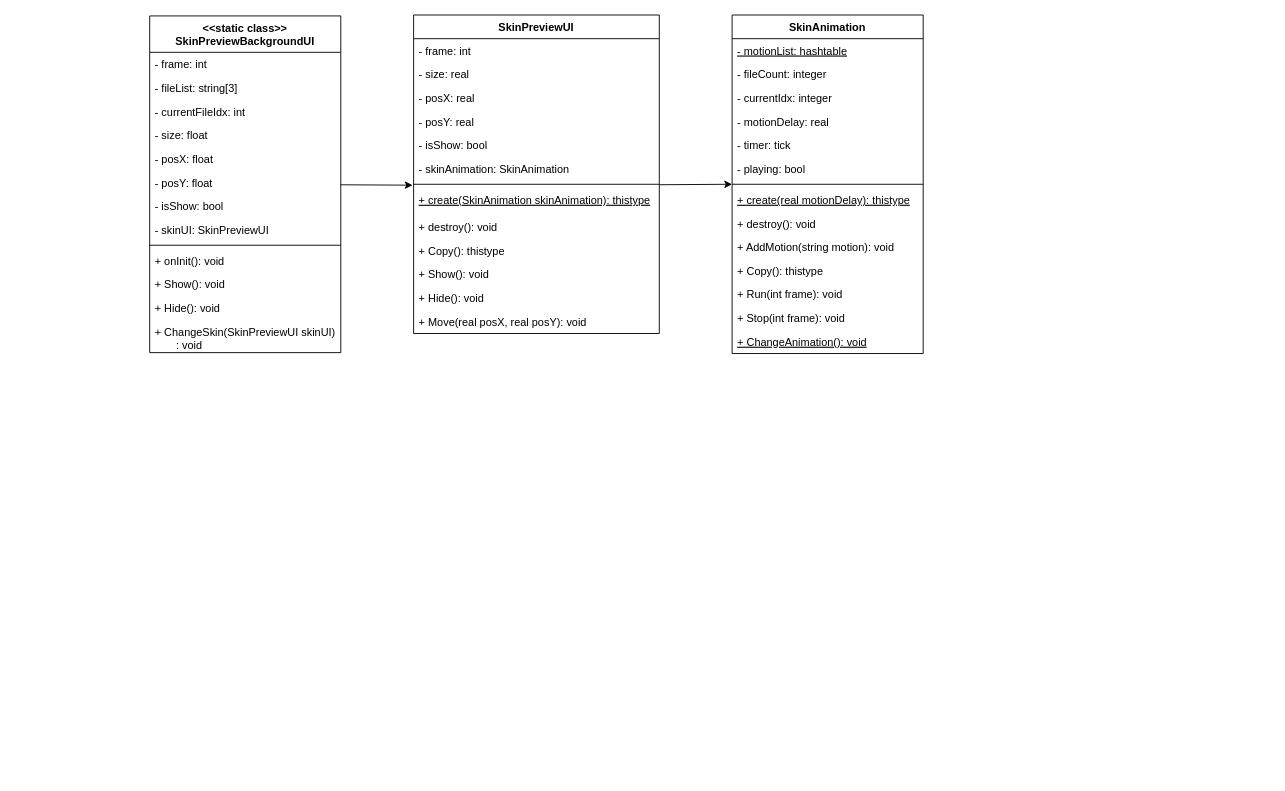
This is Diagram/SkinFrame.drawio from jsm150/OrangeMushroomStory, a draw.io file, before an edit. Source tidied: cells renumbered, new cells numbered last; positions are measured from the earlier drawing's top-left corner, leaving out a move shared by most shapes. Both pictures are drawn from the tidied source at 91%, with x=0, y=0 at pixel (149, 15).
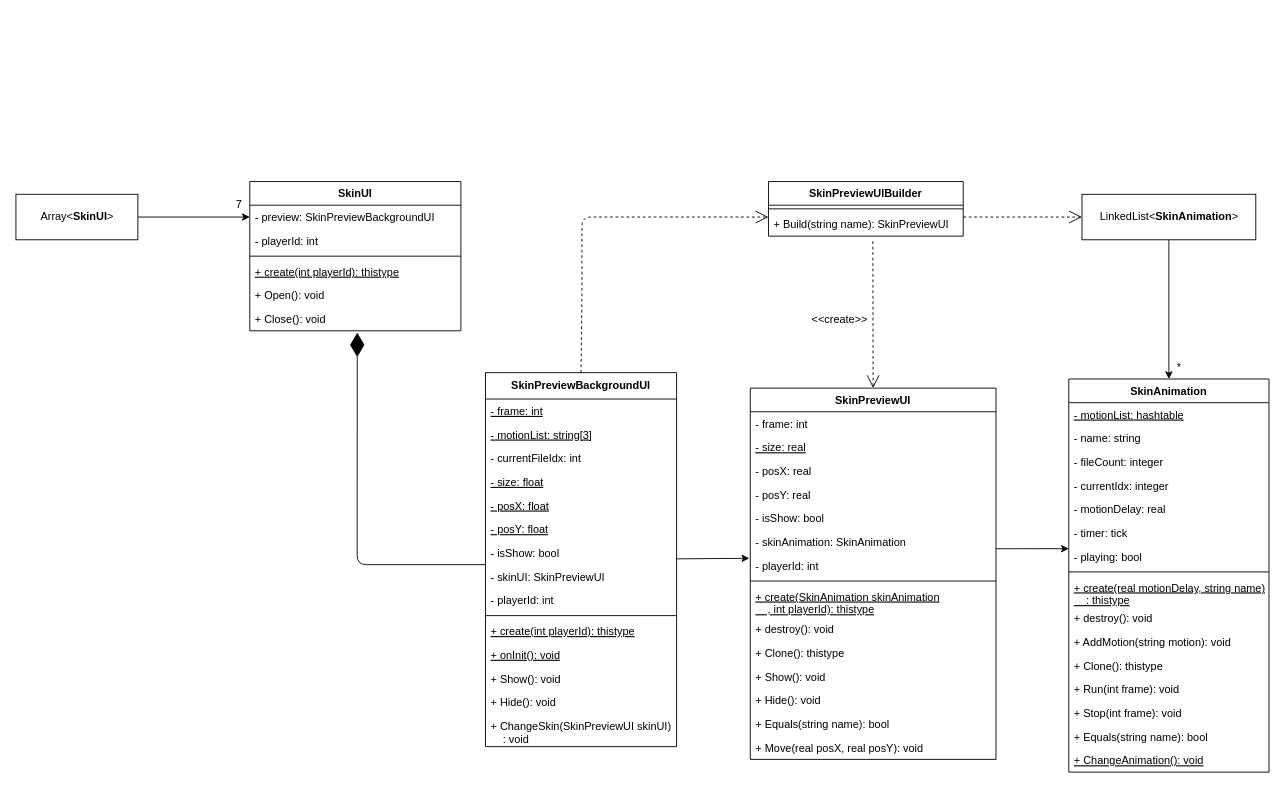
After the change.

Diff of the diagram source:
```diff
@@
-    <mxCell id="3" value="&lt;&lt;static class&gt;&gt;&#10;SkinPreviewBackgroundUI" style="swimlane;fontStyle=1;align=center;verticalAlign=top;horizontal=1;startSize=40;" parent="1" vertex="1">
-      <mxGeometry y="1" width="210" height="370" as="geometry" />
+    <mxCell id="3" value="SkinPreviewBackgroundUI" style="swimlane;fontStyle=1;align=center;verticalAlign=top;horizontal=1;startSize=29;" parent="1" vertex="1">
+      <mxGeometry x="369" y="393" width="210" height="411" as="geometry" />
     </mxCell>
-    <mxCell id="4" value="- frame: int" style="text;strokeColor=none;fillColor=none;align=left;verticalAlign=top;spacingLeft=4;spacingRight=4;overflow=hidden;" parent="3" vertex="1">
-      <mxGeometry y="40" width="210" height="26" as="geometry" />
+    <mxCell id="4" value="- frame: int" style="text;strokeColor=none;fillColor=none;align=left;verticalAlign=top;spacingLeft=4;spacingRight=4;overflow=hidden;fontStyle=4;" parent="3" vertex="1">
+      <mxGeometry y="29" width="210" height="26" as="geometry" />
     </mxCell>
-    <mxCell id="5" value="- fileList: string[3]" style="text;strokeColor=none;fillColor=none;align=left;verticalAlign=top;spacingLeft=4;spacingRight=4;overflow=hidden;fontStyle=0;" parent="3" vertex="1">
-      <mxGeometry y="66" width="210" height="26" as="geometry" />
+    <mxCell id="5" value="- motionList: string[3]" style="text;strokeColor=none;fillColor=none;align=left;verticalAlign=top;spacingLeft=4;spacingRight=4;overflow=hidden;fontStyle=4;" parent="3" vertex="1">
+      <mxGeometry y="55" width="210" height="26" as="geometry" />
     </mxCell>
     <mxCell id="6" value="- currentFileIdx: int" style="text;strokeColor=none;fillColor=none;align=left;verticalAlign=top;spacingLeft=4;spacingRight=4;overflow=hidden;fontStyle=0;" parent="3" vertex="1">
-      <mxGeometry y="92" width="210" height="26" as="geometry" />
+      <mxGeometry y="81" width="210" height="26" as="geometry" />
     </mxCell>
-    <mxCell id="7" value="- size: float" style="text;strokeColor=none;fillColor=none;align=left;verticalAlign=top;spacingLeft=4;spacingRight=4;overflow=hidden;fontStyle=0;" parent="3" vertex="1">
-      <mxGeometry y="118" width="210" height="26" as="geometry" />
+    <mxCell id="7" value="- size: float" style="text;strokeColor=none;fillColor=none;align=left;verticalAlign=top;spacingLeft=4;spacingRight=4;overflow=hidden;fontStyle=4;" parent="3" vertex="1">
+      <mxGeometry y="107" width="210" height="26" as="geometry" />
     </mxCell>
-    <mxCell id="8" value="- posX: float" style="text;strokeColor=none;fillColor=none;align=left;verticalAlign=top;spacingLeft=4;spacingRight=4;overflow=hidden;fontStyle=0;" parent="3" vertex="1">
-      <mxGeometry y="144" width="210" height="26" as="geometry" />
+    <mxCell id="8" value="- posX: float" style="text;strokeColor=none;fillColor=none;align=left;verticalAlign=top;spacingLeft=4;spacingRight=4;overflow=hidden;fontStyle=4;" parent="3" vertex="1">
+      <mxGeometry y="133" width="210" height="26" as="geometry" />
     </mxCell>
-    <mxCell id="9" value="- posY: float" style="text;strokeColor=none;fillColor=none;align=left;verticalAlign=top;spacingLeft=4;spacingRight=4;overflow=hidden;fontStyle=0;" parent="3" vertex="1">
-      <mxGeometry y="170" width="210" height="26" as="geometry" />
+    <mxCell id="9" value="- posY: float" style="text;strokeColor=none;fillColor=none;align=left;verticalAlign=top;spacingLeft=4;spacingRight=4;overflow=hidden;fontStyle=4;" parent="3" vertex="1">
+      <mxGeometry y="159" width="210" height="26" as="geometry" />
     </mxCell>
     <mxCell id="10" value="- isShow: bool" style="text;strokeColor=none;fillColor=none;align=left;verticalAlign=top;spacingLeft=4;spacingRight=4;overflow=hidden;fontStyle=0;" parent="3" vertex="1">
-      <mxGeometry y="196" width="210" height="26" as="geometry" />
+      <mxGeometry y="185" width="210" height="26" as="geometry" />
     </mxCell>
     <mxCell id="11" value="- skinUI: SkinPreviewUI" style="text;strokeColor=none;fillColor=none;align=left;verticalAlign=top;spacingLeft=4;spacingRight=4;overflow=hidden;points=[[0,0.5],[1,0.5]];portConstraint=eastwest;fontStyle=0;" parent="3" vertex="1">
-      <mxGeometry y="222" width="210" height="26" as="geometry" />
+      <mxGeometry y="211" width="210" height="26" as="geometry" />
     </mxCell>
+    <mxCell id="47" value="- playerId: int" style="text;strokeColor=none;fillColor=none;align=left;verticalAlign=top;spacingLeft=4;spacingRight=4;overflow=hidden;" parent="3" vertex="1">
+      <mxGeometry y="237" width="210" height="26" as="geometry" />
+    </mxCell>
     <mxCell id="12" style="line;strokeWidth=1;fillColor=none;align=left;verticalAlign=middle;spacingTop=-1;spacingLeft=3;spacingRight=3;labelPosition=right;" parent="3" vertex="1">
-      <mxGeometry y="248" width="210" height="8" as="geometry" />
+      <mxGeometry y="263" width="210" height="8" as="geometry" />
     </mxCell>
+    <mxCell id="48" value="+ create(int playerId): thistype" style="text;strokeColor=none;fillColor=none;align=left;verticalAlign=top;spacingLeft=4;spacingRight=4;overflow=hidden;fontStyle=4;" parent="3" vertex="1">
+      <mxGeometry y="271" width="210" height="26" as="geometry" />
+    </mxCell>
-    <mxCell id="13" value="+ onInit(): void" style="text;strokeColor=none;fillColor=none;align=left;verticalAlign=top;spacingLeft=4;spacingRight=4;overflow=hidden;fontStyle=0;" parent="3" vertex="1">
-      <mxGeometry y="256" width="210" height="26" as="geometry" />
+    <mxCell id="13" value="+ onInit(): void" style="text;strokeColor=none;fillColor=none;align=left;verticalAlign=top;spacingLeft=4;spacingRight=4;overflow=hidden;fontStyle=4;" parent="3" vertex="1">
+      <mxGeometry y="297" width="210" height="26" as="geometry" />
     </mxCell>
     <mxCell id="14" value="+ Show(): void" style="text;strokeColor=none;fillColor=none;align=left;verticalAlign=top;spacingLeft=4;spacingRight=4;overflow=hidden;" parent="3" vertex="1">
-      <mxGeometry y="282" width="210" height="26" as="geometry" />
+      <mxGeometry y="323" width="210" height="26" as="geometry" />
     </mxCell>
     <mxCell id="15" value="+ Hide(): void" style="text;strokeColor=none;fillColor=none;align=left;verticalAlign=top;spacingLeft=4;spacingRight=4;overflow=hidden;" parent="3" vertex="1">
-      <mxGeometry y="308" width="210" height="26" as="geometry" />
+      <mxGeometry y="349" width="210" height="26" as="geometry" />
     </mxCell>
-    <mxCell id="16" value="+ ChangeSkin(SkinPreviewUI skinUI)&#10;       : void" style="text;strokeColor=none;fillColor=none;align=left;verticalAlign=top;spacingLeft=4;spacingRight=4;overflow=hidden;" parent="3" vertex="1">
-      <mxGeometry y="334" width="210" height="36" as="geometry" />
+    <mxCell id="16" value="+ ChangeSkin(SkinPreviewUI skinUI)&#10;    : void" style="text;strokeColor=none;fillColor=none;align=left;verticalAlign=top;spacingLeft=4;spacingRight=4;overflow=hidden;" parent="3" vertex="1">
+      <mxGeometry y="375" width="210" height="36" as="geometry" />
     </mxCell>
-    <mxCell id="17" style="edgeStyle=none;html=1;entryX=0;entryY=0.5;entryDx=0;entryDy=0;" parent="1" edge="1" target="32">
+    <mxCell id="17" style="edgeStyle=none;html=1;entryX=0;entryY=0.172;entryDx=0;entryDy=0;entryPerimeter=0;" parent="1" edge="1" target="38">
       <mxGeometry relative="1" as="geometry">
-        <mxPoint x="560" y="186.5" as="sourcePoint" />
+        <mxPoint x="930" y="586.5" as="sourcePoint" />
       </mxGeometry>
     </mxCell>
     <mxCell id="18" value="SkinPreviewUI" style="swimlane;fontStyle=1;align=center;verticalAlign=top;horizontal=1;startSize=26;" parent="1" vertex="1">
-      <mxGeometry x="290" width="270" height="350" as="geometry" />
+      <mxGeometry x="660" y="410" width="270" height="408" as="geometry" />
     </mxCell>
@@
-    <mxCell id="20" value="- size: real" style="text;strokeColor=none;fillColor=none;align=left;verticalAlign=top;spacingLeft=4;spacingRight=4;overflow=hidden;" parent="18" vertex="1">
+    <mxCell id="20" value="- size: real" style="text;strokeColor=none;fillColor=none;align=left;verticalAlign=top;spacingLeft=4;spacingRight=4;overflow=hidden;fontStyle=4;" parent="18" vertex="1">
       <mxGeometry y="52" width="270" height="26" as="geometry" />
     </mxCell>
@@
+    <mxCell id="49" value="- playerId: int" style="text;strokeColor=none;fillColor=none;align=left;verticalAlign=top;spacingLeft=4;spacingRight=4;overflow=hidden;" parent="18" vertex="1">
+      <mxGeometry y="182" width="270" height="26" as="geometry" />
+    </mxCell>
     <mxCell id="25" style="line;strokeWidth=1;fillColor=none;align=left;verticalAlign=middle;spacingTop=-1;spacingLeft=3;spacingRight=3;labelPosition=right;" parent="18" vertex="1">
-      <mxGeometry y="182" width="270" height="8" as="geometry" />
+      <mxGeometry y="208" width="270" height="8" as="geometry" />
     </mxCell>
-    <mxCell id="26" value="+ create(SkinAnimation skinAnimation): thistype" style="text;strokeColor=none;fillColor=none;align=left;verticalAlign=top;spacingLeft=4;spacingRight=4;overflow=hidden;fontStyle=4;" parent="18" vertex="1">
-      <mxGeometry y="190" width="270" height="30" as="geometry" />
+    <mxCell id="26" value="+ create(SkinAnimation skinAnimation&#10;    , int playerId): thistype" style="text;strokeColor=none;fillColor=none;align=left;verticalAlign=top;spacingLeft=4;spacingRight=4;overflow=hidden;fontStyle=4;" parent="18" vertex="1">
+      <mxGeometry y="216" width="270" height="36" as="geometry" />
     </mxCell>
     <mxCell id="27" value="+ destroy(): void" style="text;strokeColor=none;fillColor=none;align=left;verticalAlign=top;spacingLeft=4;spacingRight=4;overflow=hidden;" parent="18" vertex="1">
-      <mxGeometry y="220" width="270" height="26" as="geometry" />
+      <mxGeometry y="252" width="270" height="26" as="geometry" />
     </mxCell>
-    <mxCell id="28" value="+ Copy(): thistype" style="text;strokeColor=none;fillColor=none;align=left;verticalAlign=top;spacingLeft=4;spacingRight=4;overflow=hidden;" parent="18" vertex="1">
-      <mxGeometry y="246" width="270" height="26" as="geometry" />
+    <mxCell id="28" value="+ Clone(): thistype" style="text;strokeColor=none;fillColor=none;align=left;verticalAlign=top;spacingLeft=4;spacingRight=4;overflow=hidden;" parent="18" vertex="1">
+      <mxGeometry y="278" width="270" height="26" as="geometry" />
     </mxCell>
     <mxCell id="29" value="+ Show(): void" style="text;strokeColor=none;fillColor=none;align=left;verticalAlign=top;spacingLeft=4;spacingRight=4;overflow=hidden;" parent="18" vertex="1">
-      <mxGeometry y="272" width="270" height="26" as="geometry" />
+      <mxGeometry y="304" width="270" height="26" as="geometry" />
     </mxCell>
     <mxCell id="30" value="+ Hide(): void" style="text;strokeColor=none;fillColor=none;align=left;verticalAlign=top;spacingLeft=4;spacingRight=4;overflow=hidden;" parent="18" vertex="1">
-      <mxGeometry y="298" width="270" height="26" as="geometry" />
+      <mxGeometry y="330" width="270" height="26" as="geometry" />
     </mxCell>
+    <mxCell id="50" value="+ Equals(string name): bool" style="text;strokeColor=none;fillColor=none;align=left;verticalAlign=top;spacingLeft=4;spacingRight=4;overflow=hidden;" parent="18" vertex="1">
+      <mxGeometry y="356" width="270" height="26" as="geometry" />
+    </mxCell>
     <mxCell id="31" value="+ Move(real posX, real posY): void" style="text;strokeColor=none;fillColor=none;align=left;verticalAlign=top;spacingLeft=4;spacingRight=4;overflow=hidden;" parent="18" vertex="1">
-      <mxGeometry y="324" width="270" height="26" as="geometry" />
+      <mxGeometry y="382" width="270" height="26" as="geometry" />
     </mxCell>
     <mxCell id="32" value="SkinAnimation" style="swimlane;fontStyle=1;align=center;verticalAlign=top;horizontal=1;startSize=26;" parent="1" vertex="1">
-      <mxGeometry x="640" width="210" height="372" as="geometry" />
+      <mxGeometry x="1010" y="400" width="220" height="432" as="geometry" />
     </mxCell>
     <mxCell id="33" value="- motionList: hashtable" style="text;strokeColor=none;fillColor=none;align=left;verticalAlign=top;spacingLeft=4;spacingRight=4;overflow=hidden;fontStyle=4;" parent="32" vertex="1">
-      <mxGeometry y="26" width="210" height="26" as="geometry" />
+      <mxGeometry y="26" width="220" height="26" as="geometry" />
     </mxCell>
-    <mxCell id="34" value="- fileCount: integer" style="text;strokeColor=none;fillColor=none;align=left;verticalAlign=top;spacingLeft=4;spacingRight=4;overflow=hidden;fontStyle=0;" parent="32" vertex="1">
-      <mxGeometry y="52" width="210" height="26" as="geometry" />
+    <mxCell id="34" value="- name: string" style="text;strokeColor=none;fillColor=none;align=left;verticalAlign=top;spacingLeft=4;spacingRight=4;overflow=hidden;fontStyle=0;" parent="32" vertex="1">
+      <mxGeometry y="52" width="220" height="26" as="geometry" />
     </mxCell>
+    <mxCell id="51" value="- fileCount: integer" style="text;strokeColor=none;fillColor=none;align=left;verticalAlign=top;spacingLeft=4;spacingRight=4;overflow=hidden;fontStyle=0;" parent="32" vertex="1">
+      <mxGeometry y="78" width="220" height="26" as="geometry" />
+    </mxCell>
     <mxCell id="35" value="- currentIdx: integer" style="text;strokeColor=none;fillColor=none;align=left;verticalAlign=top;spacingLeft=4;spacingRight=4;overflow=hidden;fontStyle=0;" parent="32" vertex="1">
-      <mxGeometry y="78" width="210" height="26" as="geometry" />
+      <mxGeometry y="104" width="220" height="26" as="geometry" />
     </mxCell>
     <mxCell id="36" value="- motionDelay: real" style="text;strokeColor=none;fillColor=none;align=left;verticalAlign=top;spacingLeft=4;spacingRight=4;overflow=hidden;fontStyle=0;" parent="32" vertex="1">
-      <mxGeometry y="104" width="210" height="26" as="geometry" />
+      <mxGeometry y="130" width="220" height="26" as="geometry" />
     </mxCell>
     <mxCell id="37" value="- timer: tick" style="text;strokeColor=none;fillColor=none;align=left;verticalAlign=top;spacingLeft=4;spacingRight=4;overflow=hidden;fontStyle=0;" parent="32" vertex="1">
-      <mxGeometry y="130" width="210" height="26" as="geometry" />
+      <mxGeometry y="156" width="220" height="26" as="geometry" />
     </mxCell>
     <mxCell id="38" value="- playing: bool" style="text;strokeColor=none;fillColor=none;align=left;verticalAlign=top;spacingLeft=4;spacingRight=4;overflow=hidden;points=[[0,0.5],[1,0.5]];portConstraint=eastwest;fontStyle=0;" parent="32" vertex="1">
-      <mxGeometry y="156" width="210" height="26" as="geometry" />
+      <mxGeometry y="182" width="220" height="26" as="geometry" />
     </mxCell>
     <mxCell id="39" style="line;strokeWidth=1;fillColor=none;align=left;verticalAlign=middle;spacingTop=-1;spacingLeft=3;spacingRight=3;labelPosition=right;" parent="32" vertex="1">
-      <mxGeometry y="182" width="210" height="8" as="geometry" />
+      <mxGeometry y="208" width="220" height="8" as="geometry" />
     </mxCell>
-    <mxCell id="40" value="+ create(real motionDelay): thistype" style="text;strokeColor=none;fillColor=none;align=left;verticalAlign=top;spacingLeft=4;spacingRight=4;overflow=hidden;fontStyle=4;" parent="32" vertex="1">
-      <mxGeometry y="190" width="210" height="26" as="geometry" />
+    <mxCell id="40" value="+ create(real motionDelay, string name)&#10;    : thistype" style="text;strokeColor=none;fillColor=none;align=left;verticalAlign=top;spacingLeft=4;spacingRight=4;overflow=hidden;fontStyle=4;" parent="32" vertex="1">
+      <mxGeometry y="216" width="220" height="34" as="geometry" />
     </mxCell>
     <mxCell id="41" value="+ destroy(): void" style="text;strokeColor=none;fillColor=none;align=left;verticalAlign=top;spacingLeft=4;spacingRight=4;overflow=hidden;fontStyle=0;" parent="32" vertex="1">
-      <mxGeometry y="216" width="210" height="26" as="geometry" />
+      <mxGeometry y="250" width="220" height="26" as="geometry" />
     </mxCell>
     <mxCell id="42" value="+ AddMotion(string motion): void" style="text;strokeColor=none;fillColor=none;align=left;verticalAlign=top;spacingLeft=4;spacingRight=4;overflow=hidden;fontStyle=0;" parent="32" vertex="1">
-      <mxGeometry y="242" width="210" height="26" as="geometry" />
+      <mxGeometry y="276" width="220" height="26" as="geometry" />
     </mxCell>
-    <mxCell id="43" value="+ Copy(): thistype" style="text;strokeColor=none;fillColor=none;align=left;verticalAlign=top;spacingLeft=4;spacingRight=4;overflow=hidden;" parent="32" vertex="1">
-      <mxGeometry y="268" width="210" height="26" as="geometry" />
+    <mxCell id="43" value="+ Clone(): thistype" style="text;strokeColor=none;fillColor=none;align=left;verticalAlign=top;spacingLeft=4;spacingRight=4;overflow=hidden;" parent="32" vertex="1">
+      <mxGeometry y="302" width="220" height="26" as="geometry" />
     </mxCell>
     <mxCell id="44" value="+ Run(int frame): void" style="text;strokeColor=none;fillColor=none;align=left;verticalAlign=top;spacingLeft=4;spacingRight=4;overflow=hidden;" parent="32" vertex="1">
-      <mxGeometry y="294" width="210" height="26" as="geometry" />
+      <mxGeometry y="328" width="220" height="26" as="geometry" />
     </mxCell>
     <mxCell id="45" value="+ Stop(int frame): void" style="text;strokeColor=none;fillColor=none;align=left;verticalAlign=top;spacingLeft=4;spacingRight=4;overflow=hidden;" parent="32" vertex="1">
-      <mxGeometry y="320" width="210" height="26" as="geometry" />
+      <mxGeometry y="354" width="220" height="26" as="geometry" />
     </mxCell>
+    <mxCell id="52" value="+ Equals(string name): bool" style="text;strokeColor=none;fillColor=none;align=left;verticalAlign=top;spacingLeft=4;spacingRight=4;overflow=hidden;" parent="32" vertex="1">
+      <mxGeometry y="380" width="220" height="26" as="geometry" />
+    </mxCell>
     <mxCell id="46" value="+ ChangeAnimation(): void" style="text;strokeColor=none;fillColor=none;align=left;verticalAlign=top;spacingLeft=4;spacingRight=4;overflow=hidden;fontStyle=4;" parent="32" vertex="1">
-      <mxGeometry y="346" width="210" height="26" as="geometry" />
+      <mxGeometry y="406" width="220" height="26" as="geometry" />
     </mxCell>
+    <mxCell id="53" value="SkinUI" style="swimlane;fontStyle=1;align=center;verticalAlign=top;horizontal=1;startSize=26;" parent="1" vertex="1">
+      <mxGeometry x="110" y="183" width="232" height="164" as="geometry" />
+    </mxCell>
+    <mxCell id="54" value="- preview: SkinPreviewBackgroundUI" style="text;strokeColor=none;fillColor=none;align=left;verticalAlign=top;spacingLeft=4;spacingRight=4;overflow=hidden;points=[[0,0.5],[1,0.5]];portConstraint=eastwest;" parent="53" vertex="1">
+      <mxGeometry y="26" width="232" height="26" as="geometry" />
+    </mxCell>
+    <mxCell id="55" value="- playerId: int" style="text;strokeColor=none;fillColor=none;align=left;verticalAlign=top;spacingLeft=4;spacingRight=4;overflow=hidden;" parent="53" vertex="1">
+      <mxGeometry y="52" width="232" height="26" as="geometry" />
+    </mxCell>
+    <mxCell id="56" style="line;strokeWidth=1;fillColor=none;align=left;verticalAlign=middle;spacingTop=-1;spacingLeft=3;spacingRight=3;labelPosition=right;" parent="53" vertex="1">
+      <mxGeometry y="78" width="232" height="8" as="geometry" />
+    </mxCell>
+    <mxCell id="57" value="+ create(int playerId): thistype" style="text;strokeColor=none;fillColor=none;align=left;verticalAlign=top;spacingLeft=4;spacingRight=4;overflow=hidden;fontStyle=4;" parent="53" vertex="1">
+      <mxGeometry y="86" width="232" height="26" as="geometry" />
+    </mxCell>
+    <mxCell id="58" value="+ Open(): void" style="text;strokeColor=none;fillColor=none;align=left;verticalAlign=top;spacingLeft=4;spacingRight=4;overflow=hidden;" parent="53" vertex="1">
+      <mxGeometry y="112" width="232" height="26" as="geometry" />
+    </mxCell>
+    <mxCell id="59" value="+ Close(): void" style="text;strokeColor=none;fillColor=none;align=left;verticalAlign=top;spacingLeft=4;spacingRight=4;overflow=hidden;points=[[0,0.5],[1,0.5]];portConstraint=eastwest;" parent="53" vertex="1">
+      <mxGeometry y="138" width="232" height="26" as="geometry" />
+    </mxCell>
+    <mxCell id="60" style="endArrow=diamondThin;endFill=1;endSize=24;html=1;entryX=0.509;entryY=1.077;entryDx=0;entryDy=0;entryPerimeter=0;exitX=0;exitY=0;exitDx=0;exitDy=0;exitPerimeter=0;" parent="1" edge="1" source="11" target="59">
+      <mxGeometry relative="1" as="geometry">
+        <Array as="points">
+          <mxPoint x="228" y="604" />
+        </Array>
+      </mxGeometry>
+    </mxCell>
+    <mxCell id="61" value="SkinPreviewUIBuilder" style="swimlane;fontStyle=1;align=center;verticalAlign=top;horizontal=1;startSize=26;" parent="1" vertex="1">
+      <mxGeometry x="680" y="183" width="214" height="60" as="geometry" />
+    </mxCell>
+    <mxCell id="62" style="line;strokeWidth=1;fillColor=none;align=left;verticalAlign=middle;spacingTop=-1;spacingLeft=3;spacingRight=3;labelPosition=right;" parent="61" vertex="1">
+      <mxGeometry y="26" width="214" height="8" as="geometry" />
+    </mxCell>
+    <mxCell id="63" value="+ Build(string name): SkinPreviewUI" style="text;strokeColor=none;fillColor=none;align=left;verticalAlign=top;spacingLeft=4;spacingRight=4;overflow=hidden;points=[[0,0.5],[1,0.5]];portConstraint=eastwest;" parent="61" vertex="1">
+      <mxGeometry y="34" width="214" height="26" as="geometry" />
+    </mxCell>
+    <mxCell id="64" style="endArrow=open;endSize=12;dashed=1;html=1;exitX=0.5;exitY=0;exitDx=0;exitDy=0;entryX=0;entryY=0.5;entryDx=0;entryDy=0;" parent="1" edge="1" source="3">
+      <mxGeometry x="0.3" y="-119" relative="1" as="geometry">
+        <mxPoint x="680" y="222" as="targetPoint" />
+        <Array as="points">
+          <mxPoint x="475" y="306" />
+          <mxPoint x="475" y="222" />
+        </Array>
+      </mxGeometry>
+    </mxCell>
+    <mxCell id="65" style="endArrow=open;endSize=12;dashed=1;html=1;entryX=0.5;entryY=0;entryDx=0;entryDy=0;exitX=0.536;exitY=1.217;exitDx=0;exitDy=0;exitPerimeter=0;" parent="1" edge="1" source="63" target="18">
+      <mxGeometry y="78" relative="1" as="geometry" />
+    </mxCell>
+    <mxCell id="66" value="&amp;lt;&amp;lt;create&amp;gt;&amp;gt;" style="text;html=1;align=center;verticalAlign=middle;strokeColor=none;fillColor=none;" parent="1" vertex="1">
+      <mxGeometry x="722" y="326" width="71" height="18" as="geometry" />
+    </mxCell>
+    <mxCell id="67" style="edgeStyle=none;html=1;" parent="1" edge="1" source="68" target="32">
+      <mxGeometry relative="1" as="geometry" />
+    </mxCell>
+    <mxCell id="68" value="LinkedList&amp;lt;&lt;span style=&quot;font-weight: 700&quot;&gt;SkinAnimation&lt;/span&gt;&amp;gt;" style="html=1;" parent="1" vertex="1">
+      <mxGeometry x="1024.5" y="197" width="191" height="50" as="geometry" />
+    </mxCell>
+    <mxCell id="69" value="*" style="text;html=1;align=center;verticalAlign=middle;strokeColor=none;fillColor=none;" parent="1" vertex="1">
+      <mxGeometry x="1123" y="379" width="15" height="18" as="geometry" />
+    </mxCell>
+    <mxCell id="70" style="edgeStyle=none;html=1;entryX=0;entryY=0.5;entryDx=0;entryDy=0;" parent="1" edge="1" source="71" target="54">
+      <mxGeometry relative="1" as="geometry" />
+    </mxCell>
+    <mxCell id="71" value="Array&amp;lt;&lt;span style=&quot;font-weight: 700&quot;&gt;SkinUI&lt;/span&gt;&amp;gt;" style="html=1;" parent="1" vertex="1">
+      <mxGeometry x="-147" y="197" width="134" height="50" as="geometry" />
+    </mxCell>
+    <mxCell id="72" style="endArrow=open;endSize=12;dashed=1;html=1;entryX=0;entryY=0.5;entryDx=0;entryDy=0;exitX=1;exitY=0.5;exitDx=0;exitDy=0;" parent="1" edge="1" target="68">
+      <mxGeometry y="78" relative="1" as="geometry">
+        <mxPoint x="894" y="222" as="sourcePoint" />
+      </mxGeometry>
+    </mxCell>
+    <mxCell id="73" value="7" style="text;html=1;align=center;verticalAlign=middle;strokeColor=none;fillColor=none;" parent="1" vertex="1">
+      <mxGeometry x="89" y="200" width="17" height="18" as="geometry" />
+    </mxCell>
```
